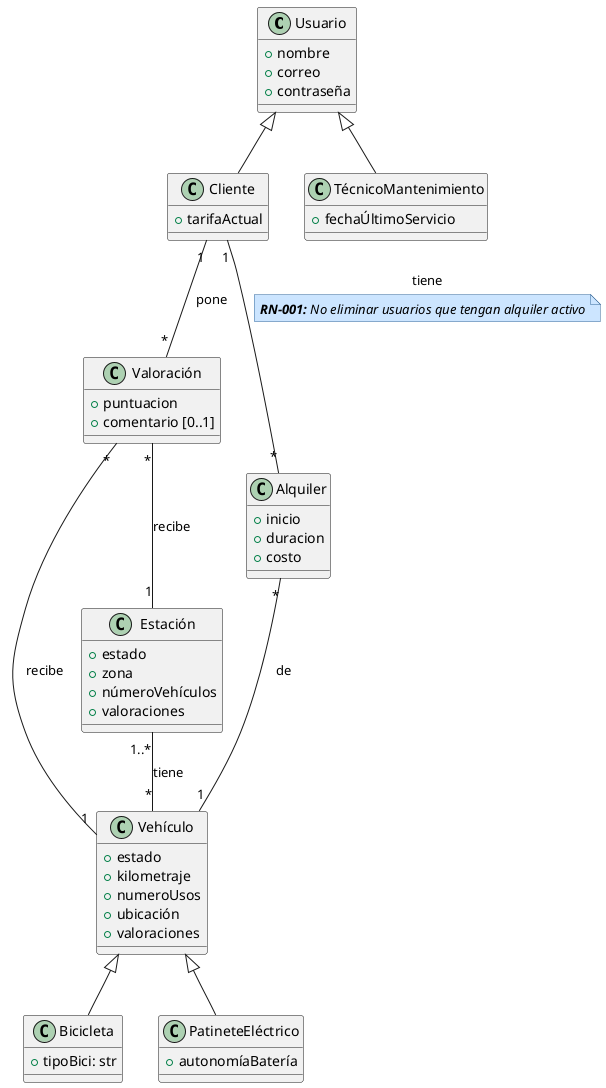
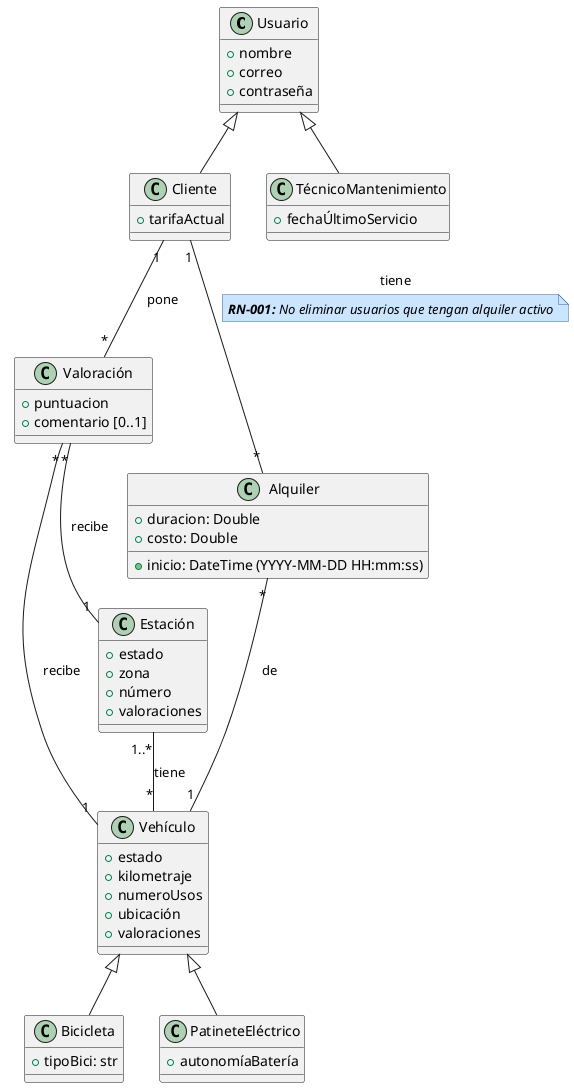
@startuml DiagramaClases

skinparam note {
  BackgroundColor #cce5ff
  BorderColor #336699
  FontStyle italic
}

class Usuario {
    +nombre
    +correo
    +contraseña
}

class Cliente {
    +tarifaActual
}

class TécnicoMantenimiento {
    +fechaÚltimoServicio
}

class Valoración {
    +puntuacion
    +comentario [0..1]
}

class Alquiler {
-     +inicio
-     +duracion
-     +costo
+     +inicio: DateTime (YYYY-MM-DD HH:mm:ss)
+     +duracion: Double
+     +costo: Double
}

class Vehículo {
    +estado
    +kilometraje
    +numeroUsos
    +ubicación
    +valoraciones
}

+ 'Una estación se refiere a un enganche específico,'
+ 'para decir a qué grupo de bicis pertenece se utiliza el atributo zona'
+ 'Se ha puesto así para poder poner en qué enganche (estación) se encuentra'
+ 'una bici específica, si no no se podría identificar la bici averiada por ejemplo.'
+ 
class Estación {
    +estado
    +zona
-     +númeroVehículos
+     +número
    +valoraciones
}

class Bicicleta {
    +tipoBici: str
}

class PatineteEléctrico {
    +autonomíaBatería
}

Usuario <|-- Cliente
Usuario <|-- TécnicoMantenimiento

'Relación directa valoraciones'
Cliente "1"--"*" Valoración : pone
Valoración "*"--"1" Vehículo : recibe
Valoración "*"--"1" Estación : recibe

Estación"1..*" -- "*"Vehículo : tiene

'Relacion de Alquileres'
Cliente "1"--"*"  Alquiler: tiene
'Requisitos seguidos de relacion a linkear'
note on link
  **RN-001:** No eliminar usuarios que tengan alquiler activo
end note

Alquiler "*"--"1" Vehículo: de

Vehículo <|-- Bicicleta
Vehículo <|-- PatineteEléctrico

@enduml